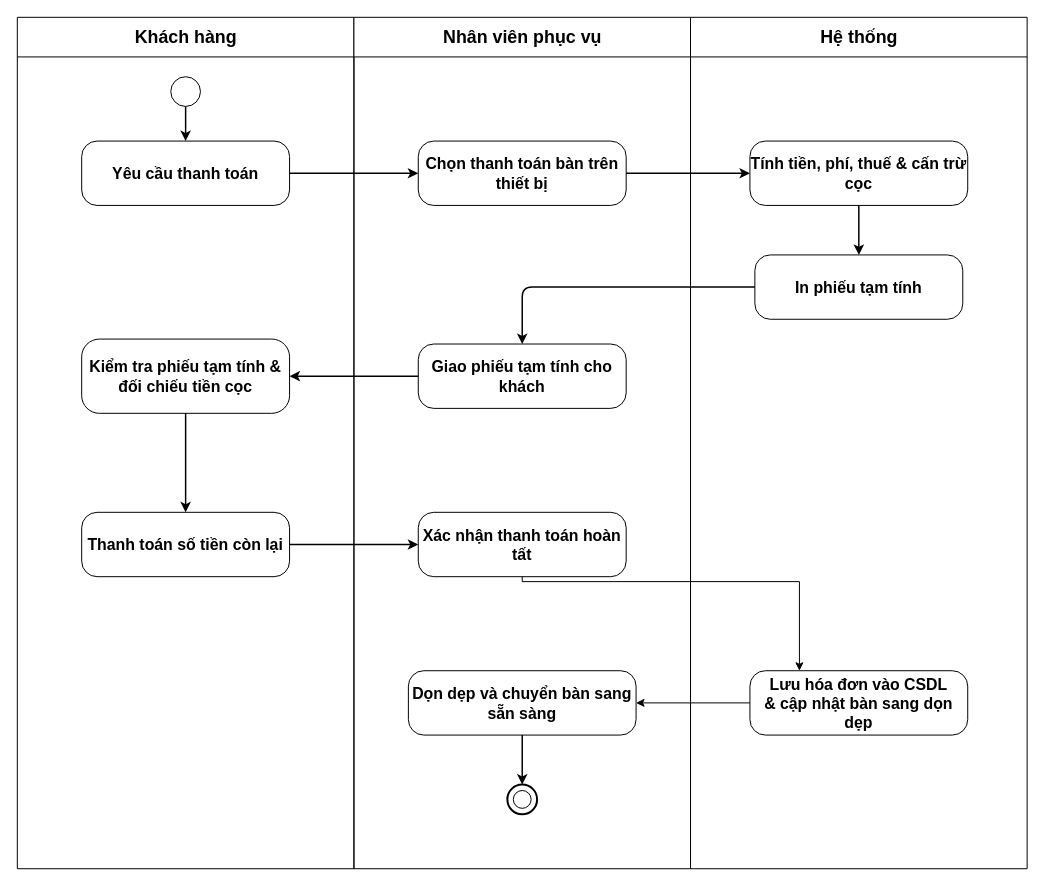
Above: docs/phase1/drawio/ad04_invoice_settlement.drawio in AndrewQng/VinDining (draw.io), before the change. Source tidied: cells renumbered, new cells numbered last; positions are measured from the earlier drawing's top-left corner, leaving out a move shared by most shapes. Both pictures are drawn from the tidied source at 99%, with x=0, y=0 at pixel (17, 17).
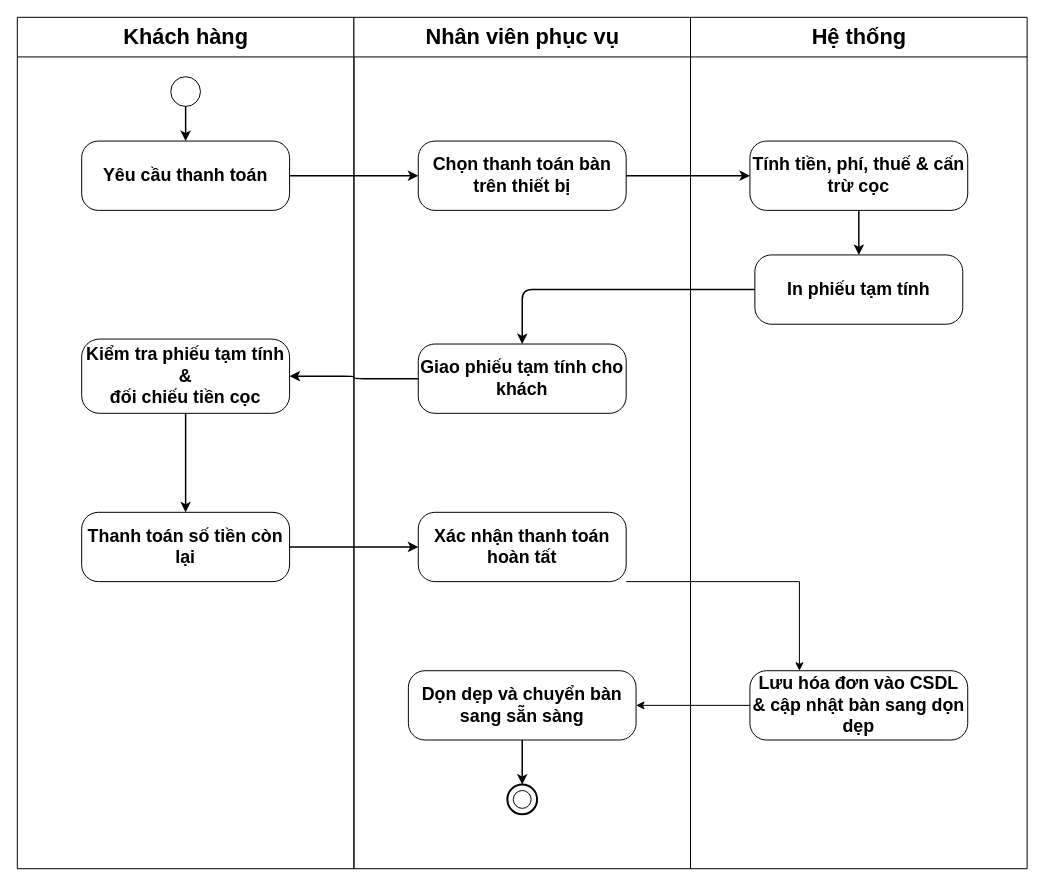
The same page after the edit.

The change refers to these unchanged cells:
```xml
<mxCell id="3" style="ellipse;whiteSpace=wrap;html=1;fontSize=18;" parent="2" vertex="1">
  <mxGeometry x="155" y="60" width="30" height="30" as="geometry" />
</mxCell>
<mxCell id="12" style="ellipse;whiteSpace=wrap;html=1;strokeWidth=2;fontSize=18;" parent="7" vertex="1">
  <mxGeometry x="155" y="775" width="30" height="30" as="geometry" />
</mxCell>
```

The edit, as a diff of the source:
```diff
@@
-    <mxCell id="2" value="Khách hàng" style="swimlane;html=1;startSize=40;horizontal=1;fontStyle=1;fontSize=18;align=center;verticalAlign=middle;swimlaneLine=1;" parent="1" vertex="1">
+    <mxCell id="2" value="Khách hàng" style="swimlane;html=1;startSize=40;horizontal=1;fontStyle=1;fontSize=22;align=center;verticalAlign=middle;swimlaneLine=1;" parent="1" vertex="1">
       <mxGeometry width="340" height="860" as="geometry" />
     </mxCell>
@@
-    <mxCell id="4" value="Yêu cầu thanh toán" style="rounded=1;arcSize=24;whiteSpace=wrap;html=1;fontStyle=1;fontSize=16;align=center;verticalAlign=middle;" parent="2" vertex="1">
-      <mxGeometry x="65" y="125" width="210" height="65" as="geometry" />
+    <mxCell id="4" value="Yêu cầu thanh toán" style="rounded=1;arcSize=24;whiteSpace=wrap;html=1;fontStyle=1;fontSize=18;align=center;verticalAlign=middle;" parent="2" vertex="1">
+      <mxGeometry x="65" y="125" width="210" height="70" as="geometry" />
     </mxCell>
-    <mxCell id="5" value="Kiểm tra phiếu tạm tính &amp;amp;&#10;đối chiếu tiền cọc" style="rounded=1;arcSize=24;whiteSpace=wrap;html=1;fontStyle=1;fontSize=16;align=center;verticalAlign=middle;" parent="2" vertex="1">
+    <mxCell id="5" value="Kiểm tra phiếu tạm tính &amp;amp;&#10;đối chiếu tiền cọc" style="rounded=1;arcSize=24;whiteSpace=wrap;html=1;fontStyle=1;fontSize=18;align=center;verticalAlign=middle;" parent="2" vertex="1">
       <mxGeometry x="65" y="325" width="210" height="75" as="geometry" />
     </mxCell>
-    <mxCell id="6" value="Thanh toán số tiền còn lại" style="rounded=1;arcSize=24;whiteSpace=wrap;html=1;fontStyle=1;fontSize=16;align=center;verticalAlign=middle;" parent="2" vertex="1">
-      <mxGeometry x="65" y="500" width="210" height="65" as="geometry" />
+    <mxCell id="6" value="Thanh toán số tiền còn lại" style="rounded=1;arcSize=24;whiteSpace=wrap;html=1;fontStyle=1;fontSize=18;align=center;verticalAlign=middle;" parent="2" vertex="1">
+      <mxGeometry x="65" y="500" width="210" height="70" as="geometry" />
     </mxCell>
-    <mxCell id="7" value="Nhân viên phục vụ" style="swimlane;html=1;startSize=40;horizontal=1;fontStyle=1;fontSize=18;align=center;verticalAlign=middle;swimlaneLine=1;" parent="1" vertex="1">
+    <mxCell id="7" value="Nhân viên phục vụ" style="swimlane;html=1;startSize=40;horizontal=1;fontStyle=1;fontSize=22;align=center;verticalAlign=middle;swimlaneLine=1;" parent="1" vertex="1">
       <mxGeometry x="340" width="340" height="860" as="geometry" />
     </mxCell>
-    <mxCell id="8" value="Chọn thanh toán bàn trên thiết bị" style="rounded=1;arcSize=24;whiteSpace=wrap;html=1;fontStyle=1;fontSize=16;align=center;verticalAlign=middle;" parent="7" vertex="1">
-      <mxGeometry x="65" y="125" width="210" height="65" as="geometry" />
+    <mxCell id="8" value="Chọn thanh toán bàn trên thiết bị" style="rounded=1;arcSize=24;whiteSpace=wrap;html=1;fontStyle=1;fontSize=18;align=center;verticalAlign=middle;" parent="7" vertex="1">
+      <mxGeometry x="65" y="125" width="210" height="70" as="geometry" />
     </mxCell>
-    <mxCell id="9" value="Giao phiếu tạm tính cho khách" style="rounded=1;arcSize=24;whiteSpace=wrap;html=1;fontStyle=1;fontSize=16;align=center;verticalAlign=middle;" parent="7" vertex="1">
-      <mxGeometry x="65" y="330" width="210" height="65" as="geometry" />
+    <mxCell id="9" value="Giao phiếu tạm tính cho khách" style="rounded=1;arcSize=24;whiteSpace=wrap;html=1;fontStyle=1;fontSize=18;align=center;verticalAlign=middle;" parent="7" vertex="1">
+      <mxGeometry x="65" y="330" width="210" height="70" as="geometry" />
     </mxCell>
-    <mxCell id="10" value="Xác nhận thanh toán hoàn tất" style="rounded=1;arcSize=24;whiteSpace=wrap;html=1;fontStyle=1;fontSize=16;align=center;verticalAlign=middle;" parent="7" vertex="1">
-      <mxGeometry x="65" y="500" width="210" height="65" as="geometry" />
+    <mxCell id="10" value="Xác nhận thanh toán hoàn tất" style="rounded=1;arcSize=24;whiteSpace=wrap;html=1;fontStyle=1;fontSize=18;align=center;verticalAlign=middle;" parent="7" vertex="1">
+      <mxGeometry x="65" y="500" width="210" height="70" as="geometry" />
     </mxCell>
-    <mxCell id="11" value="Dọn dẹp và chuyển bàn sang sẵn sàng" style="rounded=1;arcSize=24;whiteSpace=wrap;html=1;fontStyle=1;fontSize=16;align=center;verticalAlign=middle;" parent="7" vertex="1">
-      <mxGeometry x="55" y="660" width="230" height="65" as="geometry" />
+    <mxCell id="11" value="Dọn dẹp và chuyển bàn sang sẵn sàng" style="rounded=1;arcSize=24;whiteSpace=wrap;html=1;fontStyle=1;fontSize=18;align=center;verticalAlign=middle;" parent="7" vertex="1">
+      <mxGeometry x="55" y="660" width="230" height="70" as="geometry" />
     </mxCell>
@@
-    <mxCell id="14" style="edgeStyle=orthogonalEdgeStyle;rounded=1;jettySize=auto;html=1;strokeWidth=1.5;fontSize=16;fontColor=#333333;" parent="7" edge="1" source="11" target="12">
+    <mxCell id="14" style="edgeStyle=orthogonalEdgeStyle;rounded=1;jettySize=auto;html=1;strokeWidth=1.5;fontSize=18;fontColor=#333333;" parent="7" edge="1" source="11" target="12">
       <mxGeometry relative="1" as="geometry" />
     </mxCell>
-    <mxCell id="15" value="Hệ thống" style="swimlane;html=1;startSize=40;horizontal=1;fontStyle=1;fontSize=18;align=center;verticalAlign=middle;swimlaneLine=1;" parent="1" vertex="1">
+    <mxCell id="15" value="Hệ thống" style="swimlane;html=1;startSize=40;horizontal=1;fontStyle=1;fontSize=22;align=center;verticalAlign=middle;swimlaneLine=1;" parent="1" vertex="1">
       <mxGeometry x="680" width="340" height="860" as="geometry" />
     </mxCell>
-    <mxCell id="16" value="Tính tiền, phí, thuế &amp;amp; cấn trừ cọc" style="rounded=1;arcSize=24;whiteSpace=wrap;html=1;fontStyle=1;fontSize=16;align=center;verticalAlign=middle;" parent="15" vertex="1">
-      <mxGeometry x="60" y="125" width="220" height="65" as="geometry" />
+    <mxCell id="16" value="Tính tiền, phí, thuế &amp;amp; cấn trừ cọc" style="rounded=1;arcSize=24;whiteSpace=wrap;html=1;fontStyle=1;fontSize=18;align=center;verticalAlign=middle;" parent="15" vertex="1">
+      <mxGeometry x="60" y="125" width="220" height="70" as="geometry" />
     </mxCell>
-    <mxCell id="17" value="In phiếu tạm tính" style="rounded=1;arcSize=24;whiteSpace=wrap;html=1;fontStyle=1;fontSize=16;align=center;verticalAlign=middle;" parent="15" vertex="1">
-      <mxGeometry x="65" y="240" width="210" height="65" as="geometry" />
+    <mxCell id="17" value="In phiếu tạm tính" style="rounded=1;arcSize=24;whiteSpace=wrap;html=1;fontStyle=1;fontSize=18;align=center;verticalAlign=middle;" parent="15" vertex="1">
+      <mxGeometry x="65" y="240" width="210" height="70" as="geometry" />
     </mxCell>
-    <mxCell id="18" value="Lưu hóa đơn vào CSDL&#10;&amp;amp; cập nhật bàn sang dọn dẹp" style="rounded=1;arcSize=24;whiteSpace=wrap;html=1;fontStyle=1;fontSize=16;align=center;verticalAlign=middle;" parent="15" vertex="1">
-      <mxGeometry x="60" y="660" width="220" height="65" as="geometry" />
+    <mxCell id="18" value="Lưu hóa đơn vào CSDL&#10;&amp;amp; cập nhật bàn sang dọn dẹp" style="rounded=1;arcSize=24;whiteSpace=wrap;html=1;fontStyle=1;fontSize=18;align=center;verticalAlign=middle;" parent="15" vertex="1">
+      <mxGeometry x="60" y="660" width="220" height="70" as="geometry" />
     </mxCell>
-    <mxCell id="19" style="edgeStyle=orthogonalEdgeStyle;rounded=1;jettySize=auto;html=1;strokeWidth=1.5;fontSize=16;fontColor=#333333;" parent="1" edge="1" source="3" target="4">
+    <mxCell id="19" style="edgeStyle=orthogonalEdgeStyle;rounded=1;jettySize=auto;html=1;strokeWidth=1.5;fontSize=18;fontColor=#333333;" parent="1" edge="1" source="3" target="4">
       <mxGeometry relative="1" as="geometry" />
     </mxCell>
-    <mxCell id="20" style="edgeStyle=orthogonalEdgeStyle;rounded=1;jettySize=auto;html=1;strokeWidth=1.5;fontSize=16;fontColor=#333333;" parent="1" edge="1" source="4" target="8">
+    <mxCell id="20" style="edgeStyle=orthogonalEdgeStyle;rounded=1;jettySize=auto;html=1;strokeWidth=1.5;fontSize=18;fontColor=#333333;" parent="1" edge="1" source="4" target="8">
       <mxGeometry relative="1" as="geometry" />
     </mxCell>
-    <mxCell id="21" style="edgeStyle=orthogonalEdgeStyle;rounded=1;jettySize=auto;html=1;strokeWidth=1.5;fontSize=16;fontColor=#333333;" parent="1" edge="1" source="8" target="16">
+    <mxCell id="21" style="edgeStyle=orthogonalEdgeStyle;rounded=1;jettySize=auto;html=1;strokeWidth=1.5;fontSize=18;fontColor=#333333;" parent="1" edge="1" source="8" target="16">
       <mxGeometry relative="1" as="geometry" />
     </mxCell>
-    <mxCell id="22" style="edgeStyle=orthogonalEdgeStyle;rounded=1;jettySize=auto;html=1;strokeWidth=1.5;fontSize=16;fontColor=#333333;" parent="1" edge="1" source="16" target="17">
+    <mxCell id="22" style="edgeStyle=orthogonalEdgeStyle;rounded=1;jettySize=auto;html=1;strokeWidth=1.5;fontSize=18;fontColor=#333333;" parent="1" edge="1" source="16" target="17">
       <mxGeometry relative="1" as="geometry" />
     </mxCell>
-    <mxCell id="23" style="edgeStyle=orthogonalEdgeStyle;rounded=1;jettySize=auto;html=1;strokeWidth=1.5;fontSize=16;fontColor=#333333;" parent="1" edge="1" source="17" target="9">
+    <mxCell id="23" style="edgeStyle=orthogonalEdgeStyle;rounded=1;jettySize=auto;html=1;strokeWidth=1.5;fontSize=18;fontColor=#333333;" parent="1" edge="1" source="17" target="9">
       <mxGeometry relative="1" as="geometry" />
     </mxCell>
-    <mxCell id="24" style="edgeStyle=orthogonalEdgeStyle;rounded=1;jettySize=auto;html=1;strokeWidth=1.5;fontSize=16;fontColor=#333333;" parent="1" edge="1" source="9" target="5">
+    <mxCell id="24" style="edgeStyle=orthogonalEdgeStyle;rounded=1;jettySize=auto;html=1;strokeWidth=1.5;fontSize=18;fontColor=#333333;" parent="1" edge="1" source="9" target="5">
       <mxGeometry relative="1" as="geometry" />
     </mxCell>
-    <mxCell id="25" style="edgeStyle=orthogonalEdgeStyle;rounded=1;jettySize=auto;html=1;strokeWidth=1.5;fontSize=16;fontColor=#333333;" parent="1" edge="1" source="5" target="6">
+    <mxCell id="25" style="edgeStyle=orthogonalEdgeStyle;rounded=1;jettySize=auto;html=1;strokeWidth=1.5;fontSize=18;fontColor=#333333;" parent="1" edge="1" source="5" target="6">
       <mxGeometry relative="1" as="geometry" />
     </mxCell>
-    <mxCell id="26" style="edgeStyle=orthogonalEdgeStyle;rounded=1;jettySize=auto;html=1;strokeWidth=1.5;fontSize=16;fontColor=#333333;" parent="1" edge="1" source="6" target="10">
+    <mxCell id="26" style="edgeStyle=orthogonalEdgeStyle;rounded=1;jettySize=auto;html=1;strokeWidth=1.5;fontSize=18;fontColor=#333333;" parent="1" edge="1" source="6" target="10">
       <mxGeometry relative="1" as="geometry" />
     </mxCell>
```
